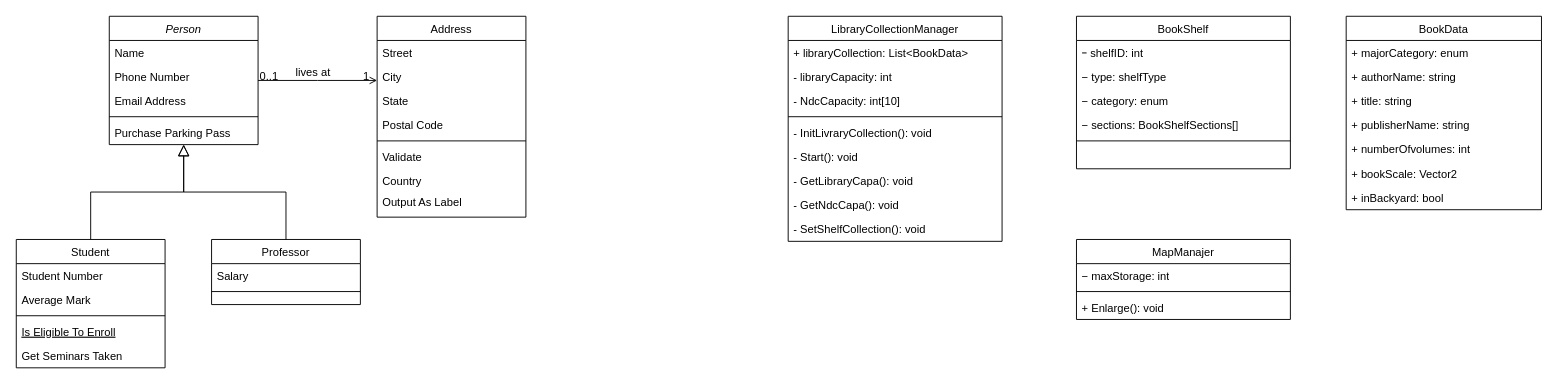
This is クラス図.drawio from semisuzume/classdiagram, a draw.io file, before an edit. Source tidied: cells renumbered, new cells numbered last; positions are measured from the earlier drawing's top-left corner, leaving out a move shared by most shapes. Both pictures are drawn from the tidied source at 93%, with x=0, y=0 at pixel (16, 16).
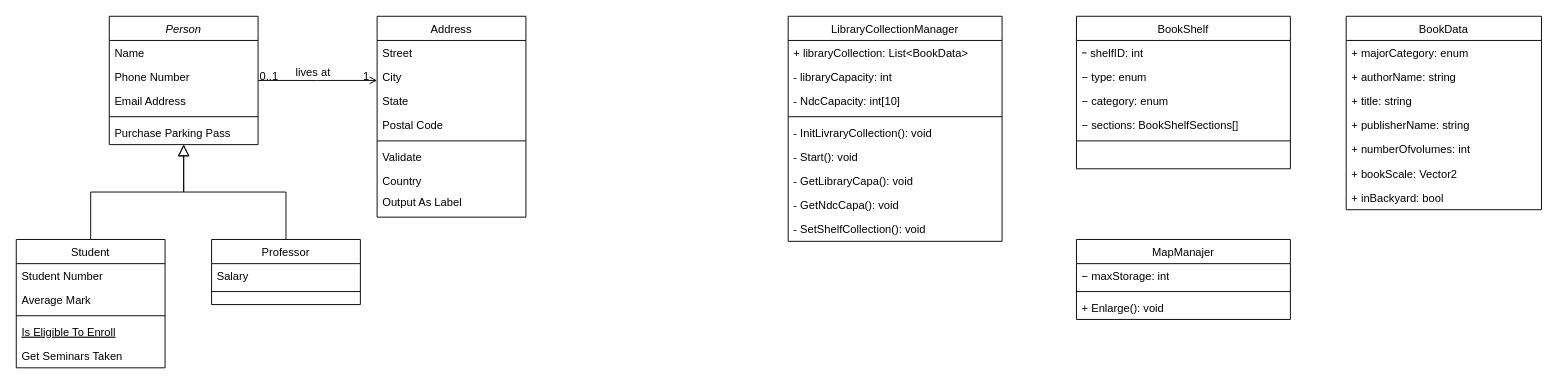
After the change.

Commit message:
クラス図.drawio を更新します

The change refers to these unchanged cells:
```xml
<mxCell id="50" value="BookShelf" style="swimlane;fontStyle=0;align=center;verticalAlign=top;horizontal=1;startSize=26;whiteSpace=wrap;html=1;" parent="1" vertex="1">
  <mxGeometry x="1140" width="230" height="164" as="geometry" />
</mxCell>
```

Diff of the diagram source:
```diff
@@
-    <mxCell id="52" value="− type: shelfType" style="text;strokeColor=none;fillColor=none;align=left;verticalAlign=top;spacingLeft=4;spacingRight=4;overflow=hidden;whiteSpace=wrap;html=1;" parent="50" vertex="1">
+    <mxCell id="52" value="− type: enum" style="text;strokeColor=none;fillColor=none;align=left;verticalAlign=top;spacingLeft=4;spacingRight=4;overflow=hidden;whiteSpace=wrap;html=1;" parent="50" vertex="1">
       <mxGeometry y="52" width="230" height="26" as="geometry" />
     </mxCell>
```
